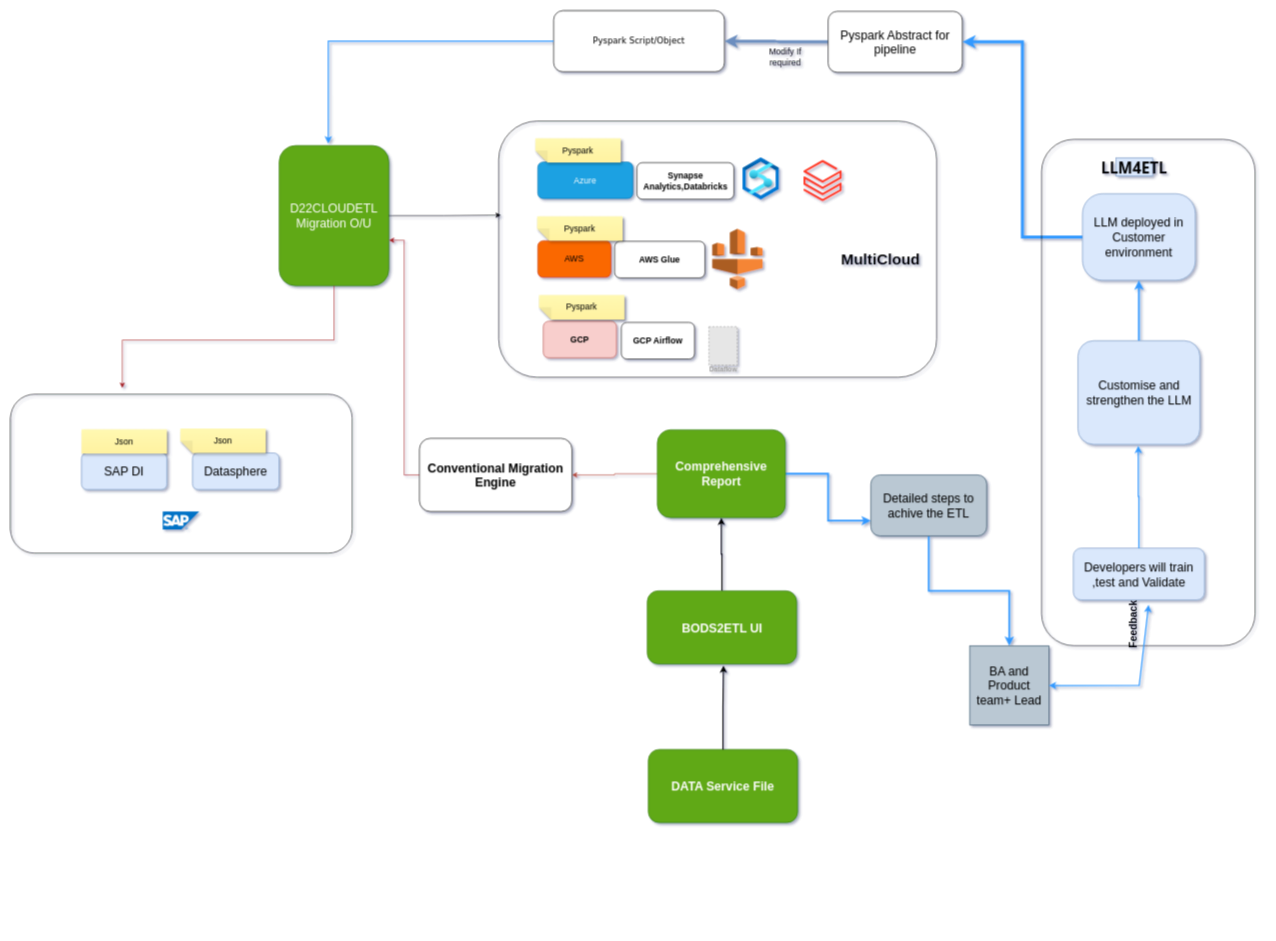
Before: Untitled Diagram.drawio in deepakr6242/apollo, a draw.io diagram. Source tidied: cells renumbered, new cells numbered last; positions are measured from the earlier drawing's top-left corner, leaving out a move shared by most shapes. Both pictures are drawn from the tidied source at 61%, with x=0, y=0 at pixel (10, 10). Pictures stored in the file or linked from it are replaced by grey dashed boxes.
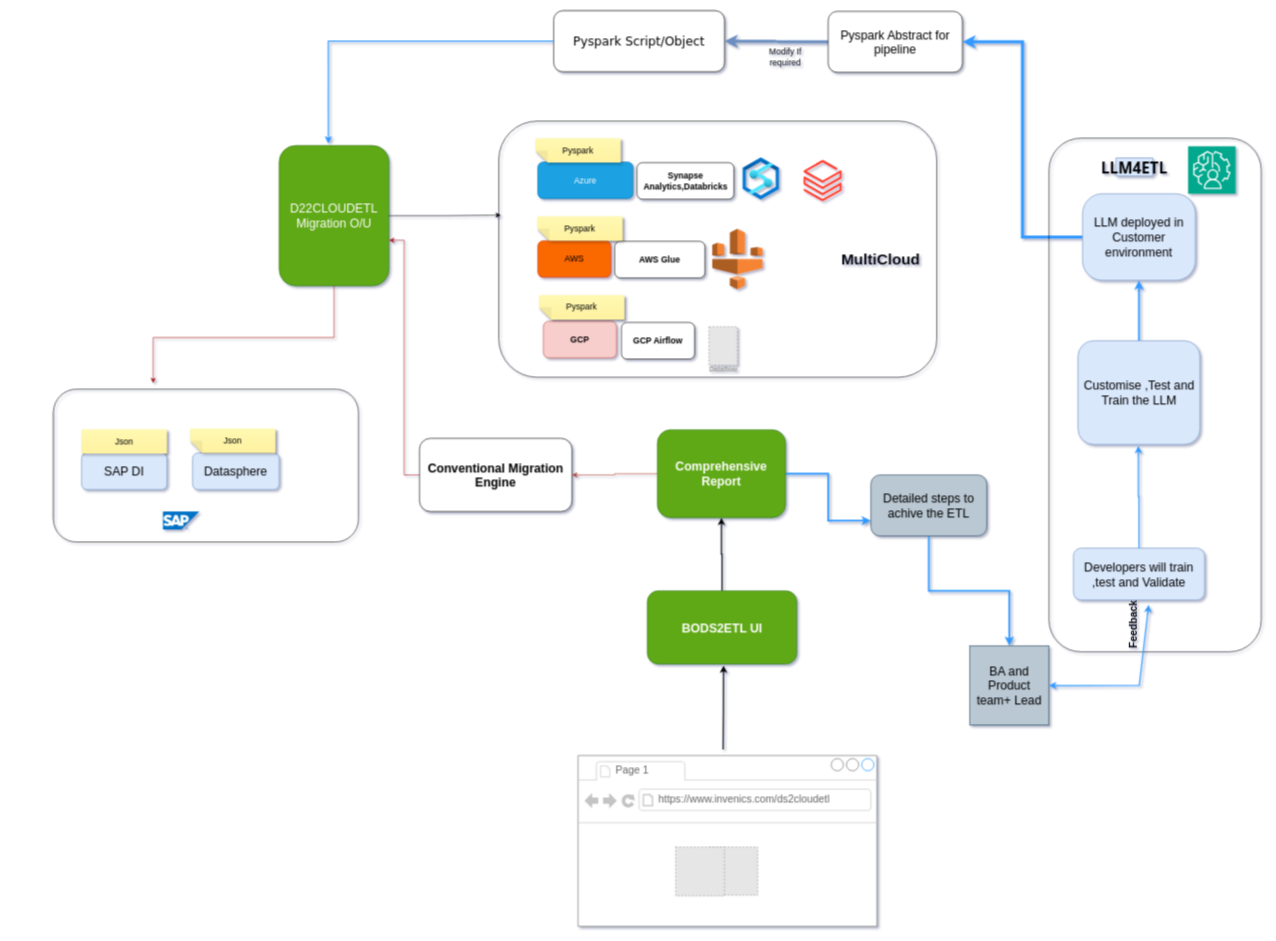
The same diagram, later.

The change refers to these unchanged cells:
```xml
<mxCell id="4" value="BODS2ETL UI" style="rounded=1;whiteSpace=wrap;html=1;fillColor=#60a917;strokeColor=#2D7600;fontColor=#ffffff;fontSize=20;fontStyle=1;" parent="1" vertex="1">
  <mxGeometry x="1043.5" y="951" width="245" height="120" as="geometry" />
</mxCell>
```

What changed in the source:
```diff
@@
     <mxCell id="8" value="Json&lt;br style=&quot;font-size: 14px;&quot;&gt;" style="shape=note;whiteSpace=wrap;html=1;backgroundOutline=1;fontColor=#000000;darkOpacity=0.05;fillColor=#FFF9B2;strokeColor=none;fillStyle=solid;direction=west;gradientDirection=north;gradientColor=#FFF2A1;shadow=1;size=20;fontSize=14;" parent="1" vertex="1">
-      <mxGeometry x="278" y="685" width="140" height="40" as="geometry" />
+      <mxGeometry x="294" y="685" width="140" height="40" as="geometry" />
     </mxCell>
@@
-    <mxCell id="16" value="&lt;font face=&quot;Verdana&quot; style=&quot;font-size: 14px;&quot;&gt;Pyspark Script/Object&lt;/font&gt;" style="rounded=1;whiteSpace=wrap;html=1;fontSize=14;" parent="1" vertex="1">
+    <mxCell id="16" value="&lt;font face=&quot;Verdana&quot; style=&quot;font-size: 20px;&quot;&gt;Pyspark Script/Object&lt;/font&gt;" style="rounded=1;whiteSpace=wrap;html=1;fontSize=14;" parent="1" vertex="1">
       <mxGeometry x="890" width="280" height="100" as="geometry" />
     </mxCell>
@@
-    <mxCell id="22" value="&lt;font style=&quot;font-size: 20px;&quot;&gt;Customise and strengthen the LLM&lt;/font&gt;" style="rounded=1;whiteSpace=wrap;html=1;fillColor=#dae8fc;strokeColor=#6c8ebf;fontSize=14;" parent="1" vertex="1">
+    <mxCell id="22" value="&lt;font style=&quot;font-size: 20px;&quot;&gt;Customise ,Test and Train the LLM&lt;/font&gt;" style="rounded=1;whiteSpace=wrap;html=1;fillColor=#dae8fc;strokeColor=#6c8ebf;fontSize=14;" parent="1" vertex="1">
       <mxGeometry x="1749.5" y="541" width="200" height="170" as="geometry" />
     </mxCell>
@@
     <mxCell id="28" style="rounded=1;whiteSpace=wrap;html=1;fillColor=none;fontSize=14;align=right;verticalAlign=bottom;labelPosition=left;verticalLabelPosition=top;" parent="1" vertex="1">
-      <mxGeometry x="1690" y="211" width="350" height="830" as="geometry" />
+      <mxGeometry x="1702" y="209" width="348" height="842" as="geometry" />
     </mxCell>
@@
     <mxCell id="34" value="&lt;font color=&quot;#3399ff&quot; style=&quot;&quot;&gt;&amp;nbsp; &amp;nbsp; &amp;nbsp; &amp;nbsp; &amp;nbsp; &amp;nbsp; &amp;nbsp; &amp;nbsp; &amp;nbsp; &amp;nbsp; &amp;nbsp; &amp;nbsp; &amp;nbsp; &amp;nbsp; &amp;nbsp; &amp;nbsp; &amp;nbsp; &amp;nbsp; &amp;nbsp; &amp;nbsp; &amp;nbsp; &amp;nbsp; &amp;nbsp; &amp;nbsp; &amp;nbsp; &amp;nbsp; &amp;nbsp; &amp;nbsp; &amp;nbsp; &amp;nbsp; &amp;nbsp; &amp;nbsp; &lt;br style=&quot;font-size: 14px;&quot;&gt;&amp;nbsp; &amp;nbsp; &amp;nbsp; &amp;nbsp; &amp;nbsp; &amp;nbsp; &amp;nbsp; &amp;nbsp; &amp;nbsp; &amp;nbsp; &amp;nbsp; &amp;nbsp; &amp;nbsp; &lt;br style=&quot;font-size: 14px;&quot;&gt;&amp;nbsp; &amp;nbsp; &amp;nbsp; &amp;nbsp; &amp;nbsp; &amp;nbsp; &amp;nbsp; &amp;nbsp; &amp;nbsp; &amp;nbsp;&lt;br style=&quot;font-size: 14px;&quot;&gt;&lt;font style=&quot;font-size: 18px;&quot;&gt;&amp;nbsp; &amp;nbsp; &amp;nbsp; &amp;nbsp; &amp;nbsp; &amp;nbsp; &amp;nbsp; &amp;nbsp; &amp;nbsp; &amp;nbsp; &amp;nbsp; &amp;nbsp; &amp;nbsp; &amp;nbsp; &amp;nbsp; &amp;nbsp; &amp;nbsp; &amp;nbsp; &amp;nbsp; &amp;nbsp; &amp;nbsp; &amp;nbsp; &amp;nbsp; &amp;nbsp; &amp;nbsp; &amp;nbsp; &amp;nbsp; &amp;nbsp; &amp;nbsp; &amp;nbsp; &lt;br&gt;&amp;nbsp; &amp;nbsp;&lt;span style=&quot;white-space: pre;&quot;&gt;&#9;&lt;/span&gt;&lt;span style=&quot;white-space: pre;&quot;&gt;&#9;&lt;/span&gt;&lt;span style=&quot;white-space: pre;&quot;&gt;&#9;&lt;/span&gt;&lt;span style=&quot;white-space: pre;&quot;&gt;&#9;&lt;/span&gt;&lt;span style=&quot;white-space: pre;&quot;&gt;&#9;&lt;/span&gt;&lt;span style=&quot;white-space: pre;&quot;&gt;&#9;&lt;/span&gt;&lt;span style=&quot;white-space: pre;&quot;&gt;&#9;&lt;/span&gt;&amp;nbsp; &amp;nbsp; &amp;nbsp;&amp;nbsp;&lt;br&gt;&lt;/font&gt;&lt;font style=&quot;font-size: 24px;&quot;&gt;&amp;nbsp;&lt;span style=&quot;white-space: pre;&quot;&gt;&#9;&lt;/span&gt;&lt;span style=&quot;white-space: pre;&quot;&gt;&#9;&lt;/span&gt;&lt;span style=&quot;white-space: pre;&quot;&gt;&#9;&lt;/span&gt;&lt;span style=&quot;white-space: pre;&quot;&gt;&#9;&lt;/span&gt;&lt;span style=&quot;white-space: pre;&quot;&gt;&#9;&lt;/span&gt;&lt;span style=&quot;white-space: pre;&quot;&gt;&#9;&lt;/span&gt;&lt;br&gt;&lt;span style=&quot;white-space: pre;&quot;&gt;&#9;&lt;/span&gt;&lt;span style=&quot;white-space: pre;&quot;&gt;&#9;&lt;/span&gt;&lt;span style=&quot;white-space: pre;&quot;&gt;&#9;&lt;/span&gt;&lt;span style=&quot;white-space: pre;&quot;&gt;&#9;&lt;/span&gt;&lt;span style=&quot;white-space: pre;&quot;&gt;&#9;&lt;/span&gt;&amp;nbsp; &amp;nbsp; &amp;nbsp;&amp;nbsp;&lt;/font&gt;&lt;/font&gt;" style="rounded=1;whiteSpace=wrap;html=1;fillColor=none;align=left;fontSize=14;" parent="1" vertex="1">
-      <mxGeometry x="-0.2" y="628.8" width="560" height="260.5" as="geometry" />
+      <mxGeometry x="70" y="620.5" width="500" height="250.5" as="geometry" />
     </mxCell>
@@
-    <mxCell id="50" value="DATA Service File" style="rounded=1;whiteSpace=wrap;html=1;fillColor=#60a917;strokeColor=#2D7600;fontColor=#ffffff;fontSize=20;fontStyle=1;" parent="1" vertex="1">
-      <mxGeometry x="1045.2" y="1211" width="245" height="120" as="geometry" />
-    </mxCell>
-    <mxCell id="51" style="edgeStyle=orthogonalEdgeStyle;rounded=0;jettySize=auto;html=1;entryX=0.51;entryY=1.019;entryDx=0;entryDy=0;entryPerimeter=0;flowAnimation=1;strokeWidth=2;" parent="1" edge="1" source="50" target="4">
-      <mxGeometry relative="1" as="geometry" />
+    <mxCell id="51" style="edgeStyle=orthogonalEdgeStyle;rounded=0;jettySize=auto;html=1;entryX=0.51;entryY=1.019;entryDx=0;entryDy=0;entryPerimeter=0;flowAnimation=1;strokeWidth=2;" parent="1" edge="1" target="4">
+      <mxGeometry relative="1" as="geometry">
+        <mxPoint x="1167.8" y="1211" as="sourcePoint" />
+      </mxGeometry>
     </mxCell>
+    <mxCell id="52" style="sketch=0;fontColor=#232F3E;fillColor=#01A88D;strokeColor=#ffffff;dashed=0;verticalLabelPosition=bottom;verticalAlign=top;align=center;html=1;fontSize=12;fontStyle=0;shape=mxgraph.aws4.resourceIcon;resIcon=mxgraph.aws4.augmented_ai;" parent="1" vertex="1">
+      <mxGeometry x="1930" y="222" width="78" height="78" as="geometry" />
+    </mxCell>
+    <mxCell id="53" style="strokeWidth=1;shadow=0;dashed=0;align=center;html=1;shape=mxgraph.mockup.containers.browserWindow;rSize=0;strokeColor=#666666;strokeColor2=#008cff;strokeColor3=#c4c4c4;mainText=,;" parent="1" vertex="1">
+      <mxGeometry x="930" y="1221" width="490" height="280" as="geometry" />
+    </mxCell>
+    <mxCell id="54" value="Page 1" style="strokeWidth=1;shadow=0;dashed=0;align=center;html=1;shape=mxgraph.mockup.containers.anchor;fontSize=17;fontColor=#666666;align=left;whiteSpace=wrap;" parent="53" vertex="1">
+      <mxGeometry x="60" y="12" width="110" height="26" as="geometry" />
+    </mxCell>
+    <mxCell id="55" value="https://www.invenics.com/ds2cloudetl" style="strokeWidth=1;shadow=0;dashed=0;align=center;html=1;shape=mxgraph.mockup.containers.anchor;rSize=0;fontSize=17;fontColor=#666666;align=left;" parent="53" vertex="1">
+      <mxGeometry x="130" y="60" width="250" height="26" as="geometry" />
+    </mxCell>
+    <mxCell id="56" style="fillColor=#E6E6E6;strokeColor=#999999;dashed=1;html=1;verticalAlign=top;verticalLabelPosition=bottom;labelBackgroundColor=#ffffff;" parent="53" vertex="1">
+      <mxGeometry x="215.5" y="150" width="79" height="79" as="geometry" />
+    </mxCell>
+    <mxCell id="57" style="fillColor=#E6E6E6;strokeColor=#999999;dashed=1;html=1;verticalAlign=top;verticalLabelPosition=bottom;labelBackgroundColor=#ffffff;" parent="53" vertex="1">
+      <mxGeometry x="160" y="150" width="80" height="80" as="geometry" />
+    </mxCell>
```
